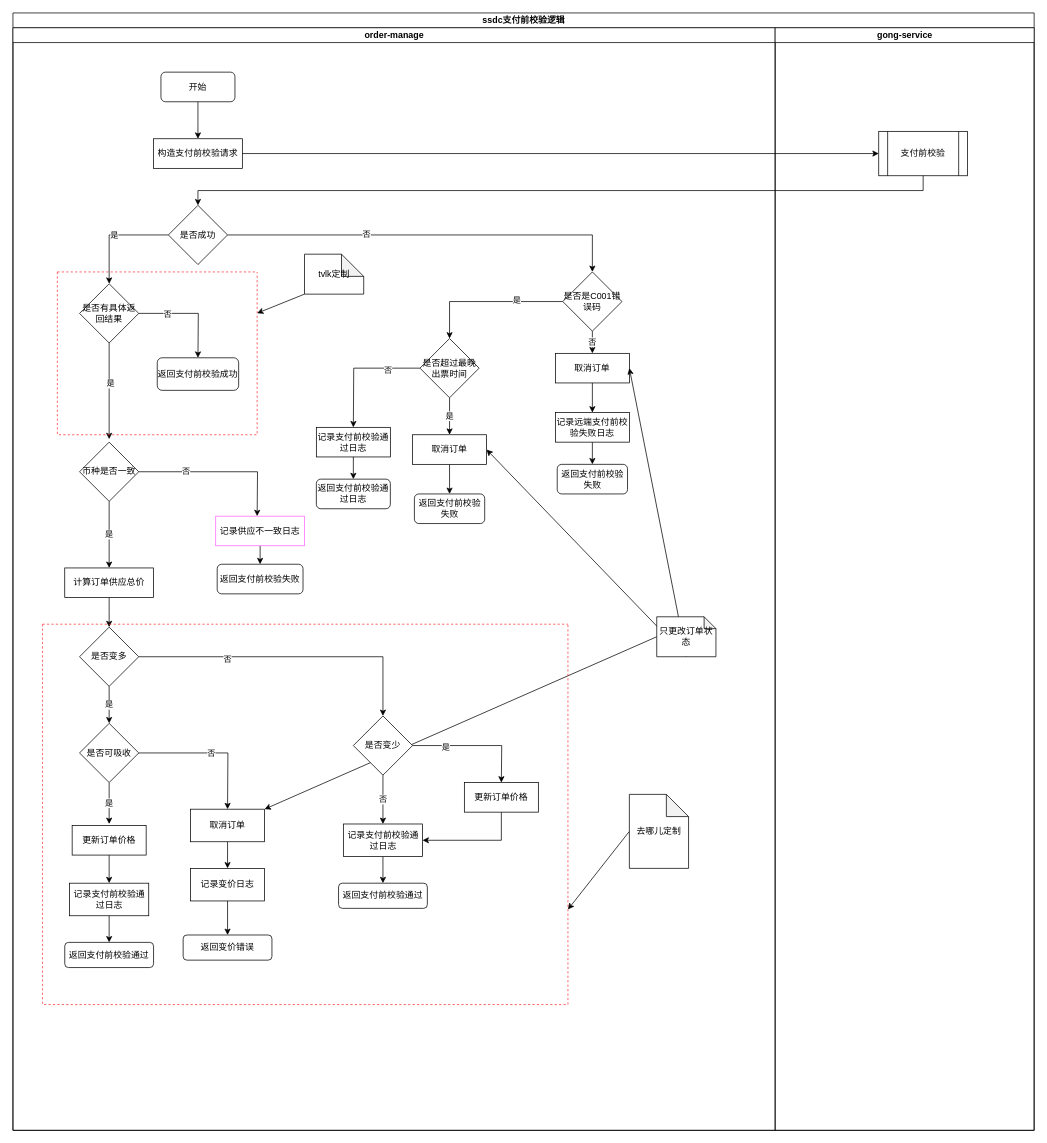
The draw.io diagram page "ssdc支付前验价逻辑" (12 of 13) of pkfare/paycheck-refactor/支付前校验现状.drawio in zhangweixin/design-diagram, before the edit. Source tidied: cells renumbered, new cells numbered last; positions are measured from the earlier drawing's top-left corner, leaving out a move shared by most shapes. Both pictures are drawn from the tidied source at 74%, with x=0, y=0 at pixel (13, 13).
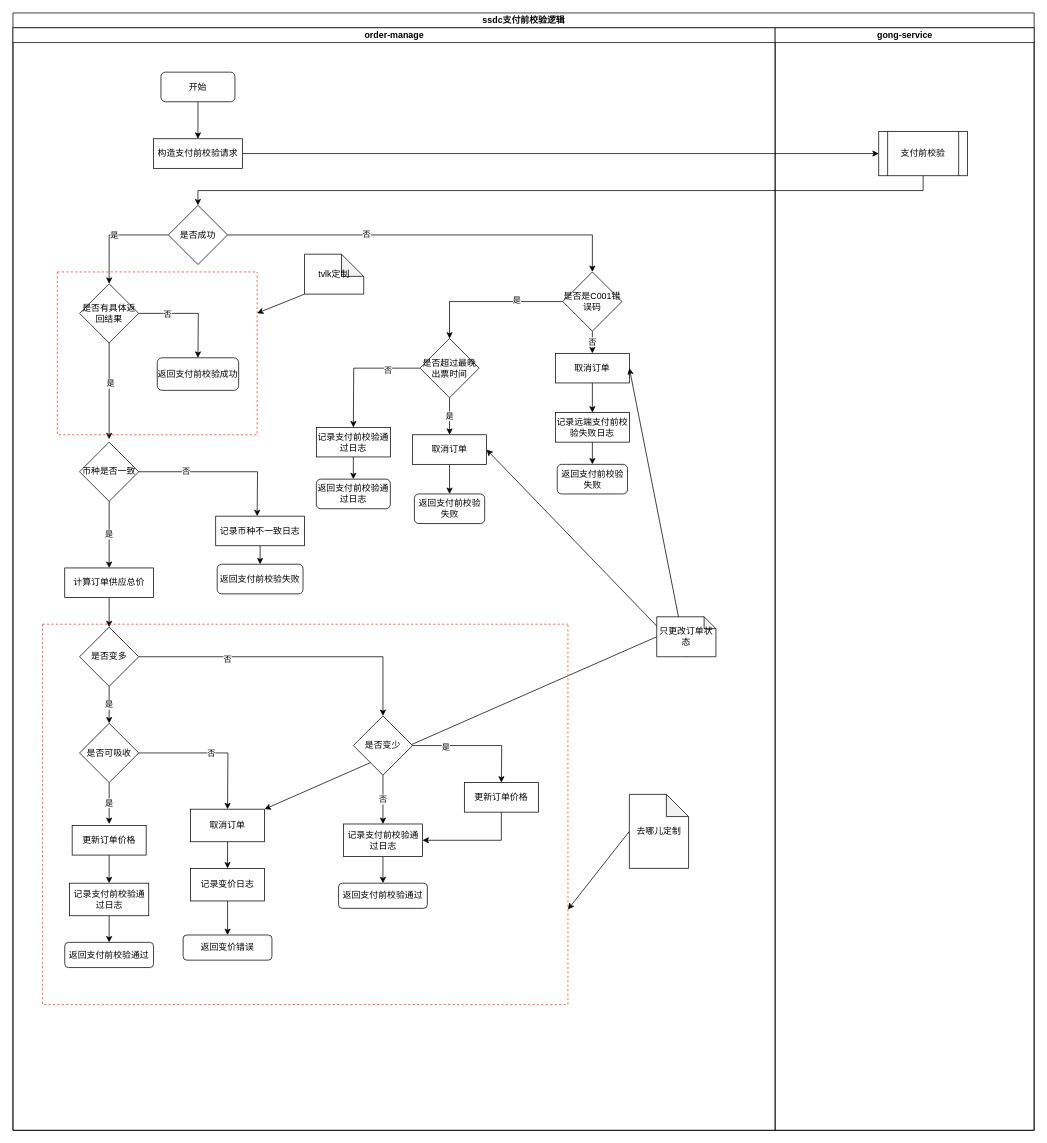
Above is the later version.

Unchanged cells that the change refers to:
```xml
<mxCell id="3" value="order-manage" style="swimlane;startSize=20;html=1;rounded=0;strokeColor=#000000;" parent="2" vertex="1">
  <mxGeometry y="20" width="1030" height="1490" as="geometry" />
</mxCell>
```

What changed in the source:
```diff
@@
-    <mxCell id="39" value="记录供应不一致日志" style="rounded=0;whiteSpace=wrap;html=1;strokeColor=#FF66FF;" parent="3" vertex="1">
+    <mxCell id="39" value="记录币种不一致日志" style="rounded=0;whiteSpace=wrap;html=1;strokeColor=#000000;" parent="3" vertex="1">
       <mxGeometry x="274" y="660" width="120" height="40" as="geometry" />
     </mxCell>
```
